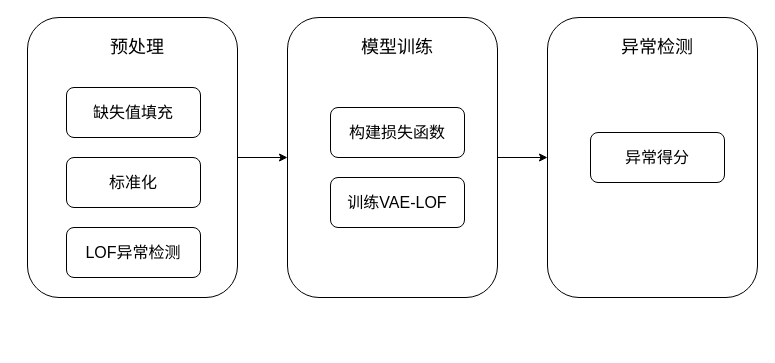
Earlier version of the draw.io diagram page "VAE算法流程" (3 of 4) of paper/paper11111.drawio (qin8948050/diagram). Source tidied: cells renumbered, new cells numbered last; positions are measured from the earlier drawing's top-left corner, leaving out a move shared by most shapes. Both pictures are drawn from the tidied source at 100%, with x=0, y=0 at pixel (27, 17).
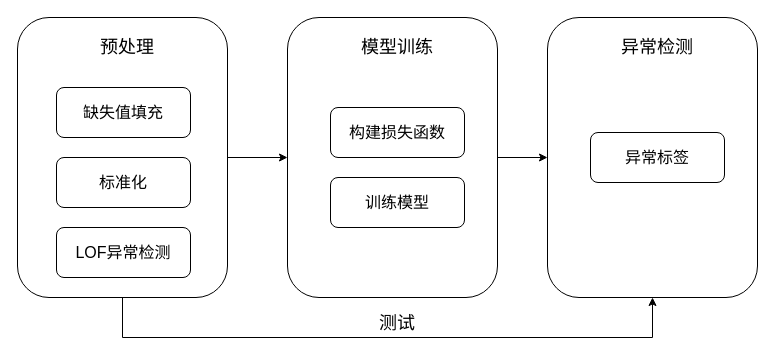
The same diagram, later.

Change to the diagram source:
```diff
@@
 <mxGraphModel>
   <root>
     <mxCell id="0" />
     <mxCell id="1" parent="0" />
     <mxCell id="2" style="edgeStyle=orthogonalEdgeStyle;rounded=0;jettySize=auto;html=1;exitX=1;exitY=0.5;exitDx=0;exitDy=0;entryX=0;entryY=0.5;entryDx=0;entryDy=0;" parent="1" edge="1" source="3" target="9">
       <mxGeometry relative="1" as="geometry" />
     </mxCell>
+    <mxCell id="16" style="edgeStyle=orthogonalEdgeStyle;rounded=0;jettySize=auto;html=1;exitX=0.5;exitY=1;exitDx=0;exitDy=0;entryX=0.5;entryY=1;entryDx=0;entryDy=0;" parent="1" edge="1" source="3" target="13">
+      <mxGeometry relative="1" as="geometry">
+        <Array as="points">
+          <mxPoint x="95" y="320" />
+          <mxPoint x="625" y="320" />
+        </Array>
+      </mxGeometry>
+    </mxCell>
     <mxCell id="3" style="rounded=1;whiteSpace=wrap;html=1;" parent="1" vertex="1">
-      <mxGeometry width="210" height="280" as="geometry" />
+      <mxGeometry x="-10" width="210" height="280" as="geometry" />
     </mxCell>
     <mxCell id="4" value="&lt;font style=&quot;font-size: 16px;&quot;&gt;缺失值填充&lt;/font&gt;" style="rounded=1;whiteSpace=wrap;html=1;" parent="1" vertex="1">
-      <mxGeometry x="39" y="70" width="134" height="50" as="geometry" />
+      <mxGeometry x="29" y="70" width="134" height="50" as="geometry" />
     </mxCell>
     <mxCell id="5" value="&lt;span style=&quot;font-size: 16px;&quot;&gt;标准化&lt;/span&gt;" style="rounded=1;whiteSpace=wrap;html=1;" parent="1" vertex="1">
-      <mxGeometry x="39" y="140" width="134" height="50" as="geometry" />
+      <mxGeometry x="29" y="140" width="134" height="50" as="geometry" />
     </mxCell>
     <mxCell id="6" value="&lt;span style=&quot;font-size: 16px;&quot;&gt;LOF异常检测&lt;/span&gt;" style="rounded=1;whiteSpace=wrap;html=1;" parent="1" vertex="1">
-      <mxGeometry x="39" y="210" width="134" height="50" as="geometry" />
+      <mxGeometry x="29" y="210" width="134" height="50" as="geometry" />
     </mxCell>
     <mxCell id="7" value="&lt;font style=&quot;font-size: 18px;&quot;&gt;预处理&lt;/font&gt;" style="text;html=1;align=center;verticalAlign=middle;whiteSpace=wrap;rounded=0;" parent="1" vertex="1">
-      <mxGeometry x="40" y="10" width="140" height="40" as="geometry" />
+      <mxGeometry x="30" y="10" width="140" height="40" as="geometry" />
     </mxCell>
     <mxCell id="8" style="edgeStyle=orthogonalEdgeStyle;rounded=0;jettySize=auto;html=1;exitX=1;exitY=0.5;exitDx=0;exitDy=0;" parent="1" edge="1" source="9" target="13">
       <mxGeometry relative="1" as="geometry" />
     </mxCell>
     <mxCell id="9" style="rounded=1;whiteSpace=wrap;html=1;" parent="1" vertex="1">
       <mxGeometry x="260" width="210" height="280" as="geometry" />
     </mxCell>
     <mxCell id="10" value="&lt;font style=&quot;font-size: 16px;&quot;&gt;构建损失函数&lt;/font&gt;" style="rounded=1;whiteSpace=wrap;html=1;" parent="1" vertex="1">
       <mxGeometry x="303" y="90" width="134" height="50" as="geometry" />
     </mxCell>
-    <mxCell id="11" value="&lt;span style=&quot;font-size: 16px;&quot;&gt;训练VAE-LOF&lt;/span&gt;" style="rounded=1;whiteSpace=wrap;html=1;" parent="1" vertex="1">
+    <mxCell id="11" value="&lt;span style=&quot;font-size: 16px;&quot;&gt;训练模型&lt;/span&gt;" style="rounded=1;whiteSpace=wrap;html=1;" parent="1" vertex="1">
       <mxGeometry x="303" y="160" width="134" height="50" as="geometry" />
     </mxCell>
     <mxCell id="12" value="&lt;font style=&quot;font-size: 18px;&quot;&gt;模型训练&lt;/font&gt;" style="text;html=1;align=center;verticalAlign=middle;whiteSpace=wrap;rounded=0;" parent="1" vertex="1">
       <mxGeometry x="300" y="10" width="140" height="40" as="geometry" />
     </mxCell>
     <mxCell id="13" style="rounded=1;whiteSpace=wrap;html=1;" parent="1" vertex="1">
       <mxGeometry x="520" width="210" height="280" as="geometry" />
     </mxCell>
     <mxCell id="14" value="&lt;font style=&quot;font-size: 18px;&quot;&gt;异常检测&lt;/font&gt;" style="text;html=1;align=center;verticalAlign=middle;whiteSpace=wrap;rounded=0;" parent="1" vertex="1">
       <mxGeometry x="560" y="10" width="140" height="40" as="geometry" />
     </mxCell>
-    <mxCell id="15" value="&lt;font style=&quot;font-size: 16px;&quot;&gt;异常得分&lt;/font&gt;" style="rounded=1;whiteSpace=wrap;html=1;" parent="1" vertex="1">
+    <mxCell id="15" value="&lt;font style=&quot;font-size: 16px;&quot;&gt;异常标签&lt;/font&gt;" style="rounded=1;whiteSpace=wrap;html=1;" parent="1" vertex="1">
       <mxGeometry x="563" y="115" width="134" height="50" as="geometry" />
     </mxCell>
+    <mxCell id="17" value="&lt;font style=&quot;font-size: 18px;&quot;&gt;测试&lt;/font&gt;" style="text;html=1;align=center;verticalAlign=middle;whiteSpace=wrap;rounded=0;" parent="1" vertex="1">
+      <mxGeometry x="340" y="291" width="60" height="30" as="geometry" />
+    </mxCell>
   </root>
 </mxGraphModel>
```
